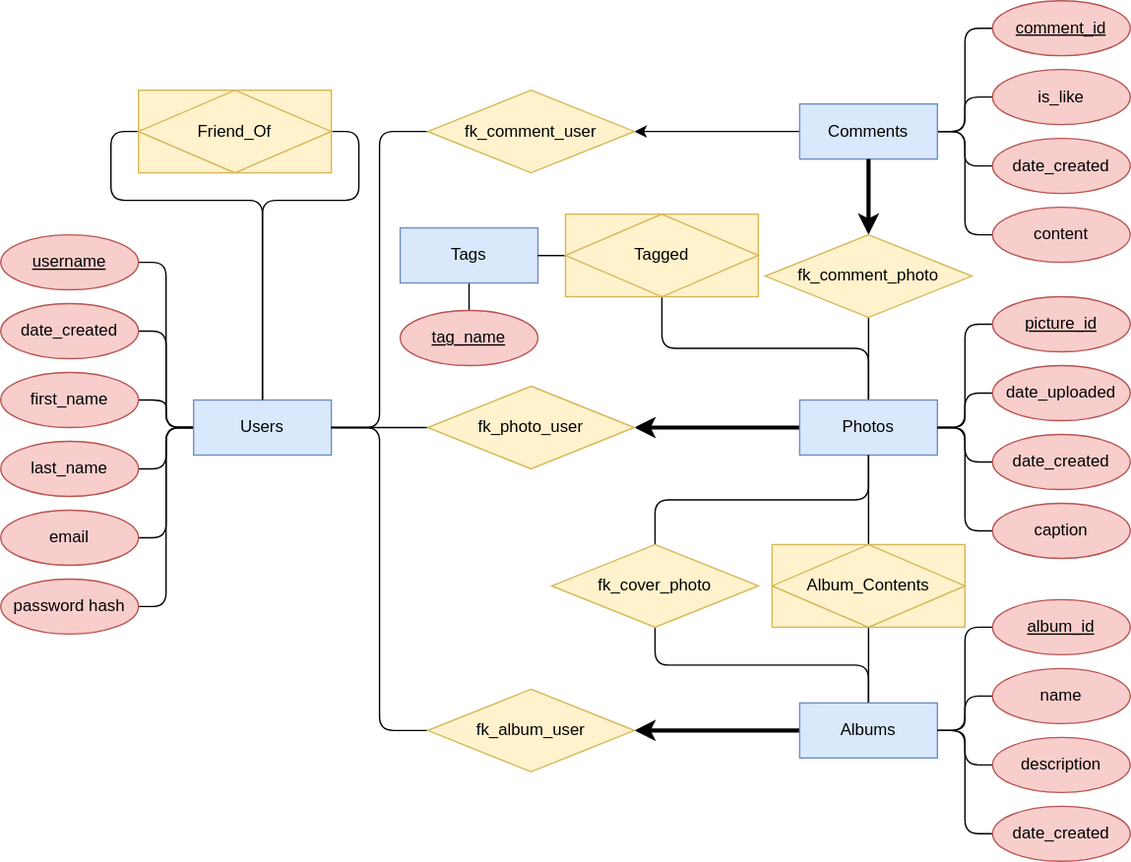
This is resources/ER.svg from eamonniknafs/photo-sharing-app, a draw.io export, as it was before one commit. Source tidied: cells renumbered, new cells last; positions are measured from the earlier drawing's top-left corner, leaving out a move shared by most shapes.
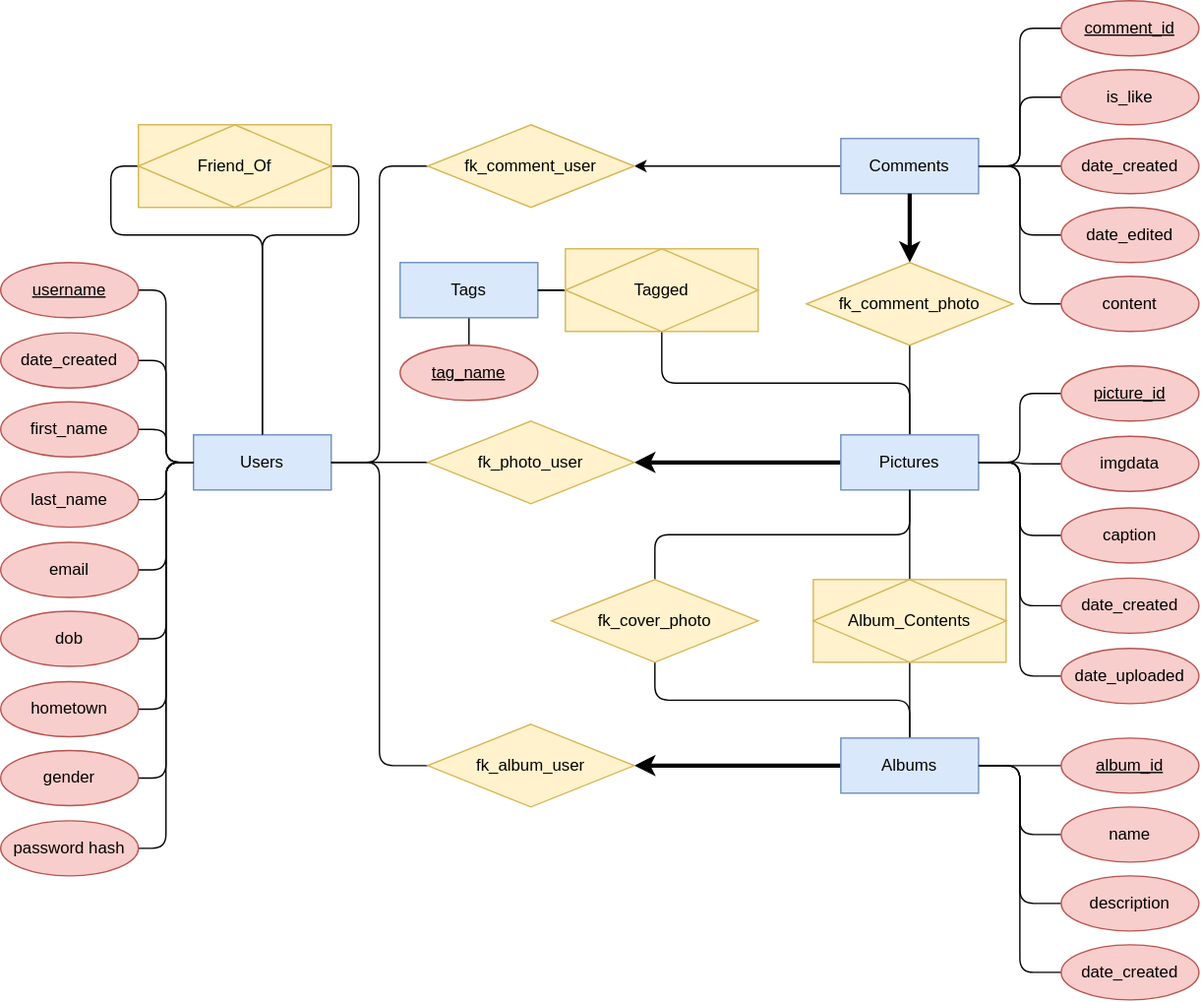
After the change.

Commit message:
Update ER to include more attributes

Diff of the diagram source:
```diff
@@ -41,15 +41,12 @@
     <mxCell id="12" style="edgeStyle=orthogonalEdgeStyle;shape=connector;rounded=1;jettySize=auto;html=1;exitX=0.5;exitY=0;exitDx=0;exitDy=0;labelBackgroundColor=default;fontFamily=Helvetica;fontSize=12;fontColor=default;endArrow=none;endFill=0;strokeColor=default;strokeWidth=1;" parent="1" edge="1" source="13" target="67">
       <mxGeometry relative="1" as="geometry" />
     </mxCell>
-    <mxCell id="13" value="Photos" style="whiteSpace=wrap;html=1;align=center;fillColor=#dae8fc;strokeColor=#6c8ebf;" parent="1" vertex="1">
-      <mxGeometry x="580" y="290" width="100" height="40" as="geometry" />
+    <mxCell id="13" value="Pictures" style="whiteSpace=wrap;html=1;align=center;fillColor=#dae8fc;strokeColor=#6c8ebf;" parent="1" vertex="1">
+      <mxGeometry x="610" y="290" width="100" height="40" as="geometry" />
     </mxCell>
     <mxCell id="14" style="edgeStyle=orthogonalEdgeStyle;shape=connector;rounded=1;jettySize=auto;html=1;exitX=1;exitY=0.5;exitDx=0;exitDy=0;entryX=0;entryY=0.5;entryDx=0;entryDy=0;labelBackgroundColor=default;fontFamily=Helvetica;fontSize=12;fontColor=default;endArrow=none;endFill=0;strokeColor=default;" parent="1" edge="1" source="19" target="42">
       <mxGeometry relative="1" as="geometry" />
     </mxCell>
-    <mxCell id="15" style="edgeStyle=orthogonalEdgeStyle;shape=connector;rounded=1;jettySize=auto;html=1;exitX=1;exitY=0.5;exitDx=0;exitDy=0;labelBackgroundColor=default;fontFamily=Helvetica;fontSize=12;fontColor=default;endArrow=none;endFill=0;strokeColor=default;" parent="1" edge="1" source="19" target="44">
-      <mxGeometry relative="1" as="geometry" />
-    </mxCell>
     <mxCell id="16" style="edgeStyle=orthogonalEdgeStyle;shape=connector;rounded=1;jettySize=auto;html=1;exitX=1;exitY=0.5;exitDx=0;exitDy=0;entryX=0;entryY=0.5;entryDx=0;entryDy=0;labelBackgroundColor=default;fontFamily=Helvetica;fontSize=12;fontColor=default;endArrow=none;endFill=0;strokeColor=default;" parent="1" edge="1" source="19" target="43">
       <mxGeometry relative="1" as="geometry" />
     </mxCell>
@@ -60,7 +57,7 @@
       <mxGeometry relative="1" as="geometry" />
     </mxCell>
     <mxCell id="19" value="Comments" style="whiteSpace=wrap;html=1;align=center;fillColor=#dae8fc;strokeColor=#6c8ebf;" parent="1" vertex="1">
-      <mxGeometry x="580" y="75" width="100" height="40" as="geometry" />
+      <mxGeometry x="610" y="75" width="100" height="40" as="geometry" />
     </mxCell>
     <mxCell id="20" style="edgeStyle=orthogonalEdgeStyle;shape=connector;rounded=1;jettySize=auto;html=1;exitX=1;exitY=0.5;exitDx=0;exitDy=0;entryX=0;entryY=0.5;entryDx=0;entryDy=0;labelBackgroundColor=default;fontFamily=Helvetica;fontSize=12;fontColor=default;endArrow=none;endFill=0;strokeColor=default;" parent="1" edge="1" source="25" target="46">
       <mxGeometry relative="1" as="geometry" />
@@ -78,7 +75,7 @@
       <mxGeometry relative="1" as="geometry" />
     </mxCell>
     <mxCell id="25" value="Albums" style="whiteSpace=wrap;html=1;align=center;fillColor=#dae8fc;strokeColor=#6c8ebf;" parent="1" vertex="1">
-      <mxGeometry x="580" y="510" width="100" height="40" as="geometry" />
+      <mxGeometry x="610" y="510" width="100" height="40" as="geometry" />
     </mxCell>
     <mxCell id="26" style="edgeStyle=orthogonalEdgeStyle;shape=connector;rounded=1;jettySize=auto;html=1;labelBackgroundColor=default;fontFamily=Helvetica;fontSize=12;fontColor=default;endArrow=none;endFill=0;strokeColor=default;" parent="1" edge="1" source="27" target="52">
       <mxGeometry relative="1" as="geometry" />
@@ -87,76 +84,79 @@
       <mxGeometry x="290" y="165" width="100" height="40" as="geometry" />
     </mxCell>
     <mxCell id="28" value="username" style="ellipse;whiteSpace=wrap;html=1;align=center;fontStyle=4;fontFamily=Helvetica;fontSize=12;strokeColor=#b85450;fillColor=#f8cecc;" parent="1" vertex="1">
-      <mxGeometry y="170" width="100" height="40" as="geometry" />
+      <mxGeometry y="165" width="100" height="40" as="geometry" />
     </mxCell>
     <mxCell id="29" value="date_created" style="ellipse;whiteSpace=wrap;html=1;align=center;fontFamily=Helvetica;fontSize=12;fontColor=default;strokeColor=#b85450;fillColor=#f8cecc;" parent="1" vertex="1">
-      <mxGeometry y="220" width="100" height="40" as="geometry" />
+      <mxGeometry y="216" width="100" height="40" as="geometry" />
     </mxCell>
     <mxCell id="30" value="first_name&lt;span style=&quot;color: rgba(0 , 0 , 0 , 0) ; font-family: monospace ; font-size: 0px&quot;&gt;%3CmxGraphModel%3E%3Croot%3E%3CmxCell%20id%3D%220%22%2F%3E%3CmxCell%20id%3D%221%22%20parent%3D%220%22%2F%3E%3CmxCell%20id%3D%222%22%20value%3D%22date_created%22%20style%3D%22ellipse%3BwhiteSpace%3Dwrap%3Bhtml%3D1%3Balign%3Dcenter%3BfontFamily%3DHelvetica%3BfontSize%3D12%3BfontColor%3Ddefault%3BstrokeColor%3D%23b85450%3BfillColor%3D%23f8cecc%3B%22%20vertex%3D%221%22%20parent%3D%221%22%3E%3CmxGeometry%20x%3D%2220%22%20y%3D%2280%22%20width%3D%22100%22%20height%3D%2240%22%20as%3D%22geometry%22%2F%3E%3C%2FmxCell%3E%3C%2Froot%3E%3C%2FmxGraphModel%3E&lt;/span&gt;" style="ellipse;whiteSpace=wrap;html=1;align=center;fontFamily=Helvetica;fontSize=12;fontColor=default;strokeColor=#b85450;fillColor=#f8cecc;" parent="1" vertex="1">
-      <mxGeometry y="270" width="100" height="40" as="geometry" />
+      <mxGeometry y="266" width="100" height="40" as="geometry" />
     </mxCell>
     <mxCell id="31" value="last_name" style="ellipse;whiteSpace=wrap;html=1;align=center;fontFamily=Helvetica;fontSize=12;fontColor=default;strokeColor=#b85450;fillColor=#f8cecc;" parent="1" vertex="1">
-      <mxGeometry y="320" width="100" height="40" as="geometry" />
+      <mxGeometry y="317" width="100" height="40" as="geometry" />
     </mxCell>
     <mxCell id="32" value="email" style="ellipse;whiteSpace=wrap;html=1;align=center;fontFamily=Helvetica;fontSize=12;fontColor=default;strokeColor=#b85450;fillColor=#f8cecc;" parent="1" vertex="1">
-      <mxGeometry y="370" width="100" height="40" as="geometry" />
+      <mxGeometry y="368" width="100" height="40" as="geometry" />
     </mxCell>
     <mxCell id="33" value="password hash" style="ellipse;whiteSpace=wrap;html=1;align=center;fontFamily=Helvetica;fontSize=12;fontColor=default;strokeColor=#b85450;fillColor=#f8cecc;" parent="1" vertex="1">
-      <mxGeometry y="420" width="100" height="40" as="geometry" />
+      <mxGeometry y="570" width="100" height="40" as="geometry" />
     </mxCell>
     <mxCell id="34" style="edgeStyle=orthogonalEdgeStyle;shape=connector;rounded=1;jettySize=auto;html=1;exitX=0;exitY=0.5;exitDx=0;exitDy=0;entryX=1;entryY=0.5;entryDx=0;entryDy=0;labelBackgroundColor=default;fontFamily=Helvetica;fontSize=12;fontColor=default;endArrow=none;endFill=0;strokeColor=default;" parent="1" edge="1" source="35" target="13">
       <mxGeometry relative="1" as="geometry" />
     </mxCell>
     <mxCell id="35" value="picture_id" style="ellipse;whiteSpace=wrap;html=1;align=center;fontStyle=4;fontFamily=Helvetica;fontSize=12;strokeColor=#b85450;fillColor=#f8cecc;" parent="1" vertex="1">
-      <mxGeometry x="720" y="215" width="100" height="40" as="geometry" />
+      <mxGeometry x="770" y="240" width="100" height="40" as="geometry" />
     </mxCell>
-    <mxCell id="36" style="edgeStyle=orthogonalEdgeStyle;shape=connector;rounded=1;jettySize=auto;html=1;labelBackgroundColor=default;fontFamily=Helvetica;fontSize=12;fontColor=default;endArrow=none;endFill=0;strokeColor=default;" parent="1" edge="1" source="37" target="13">
+    <mxCell id="36" style="edgeStyle=orthogonalEdgeStyle;shape=connector;rounded=1;jettySize=auto;html=1;exitX=0;exitY=0.5;exitDx=0;exitDy=0;entryX=1;entryY=0.5;entryDx=0;entryDy=0;labelBackgroundColor=default;fontFamily=Helvetica;fontSize=11;fontColor=default;endArrow=none;endFill=0;strokeColor=default;" parent="1" edge="1" source="37" target="13">
       <mxGeometry relative="1" as="geometry" />
     </mxCell>
     <mxCell id="37" value="date_created" style="ellipse;whiteSpace=wrap;html=1;align=center;fontFamily=Helvetica;fontSize=12;fontColor=default;strokeColor=#b85450;fillColor=#f8cecc;" parent="1" vertex="1">
-      <mxGeometry x="720" y="315" width="100" height="40" as="geometry" />
+      <mxGeometry x="770" y="394" width="100" height="40" as="geometry" />
     </mxCell>
-    <mxCell id="38" style="edgeStyle=orthogonalEdgeStyle;shape=connector;rounded=1;jettySize=auto;html=1;labelBackgroundColor=default;fontFamily=Helvetica;fontSize=12;fontColor=default;endArrow=none;endFill=0;strokeColor=default;" parent="1" edge="1" source="39" target="13">
+    <mxCell id="38" style="edgeStyle=orthogonalEdgeStyle;shape=connector;rounded=1;jettySize=auto;html=1;exitX=0;exitY=0.5;exitDx=0;exitDy=0;entryX=1;entryY=0.5;entryDx=0;entryDy=0;labelBackgroundColor=default;fontFamily=Helvetica;fontSize=11;fontColor=default;endArrow=none;endFill=0;strokeColor=default;" parent="1" edge="1" source="39" target="13">
       <mxGeometry relative="1" as="geometry" />
     </mxCell>
     <mxCell id="39" value="date_uploaded" style="ellipse;whiteSpace=wrap;html=1;align=center;fontFamily=Helvetica;fontSize=12;fontColor=default;strokeColor=#b85450;fillColor=#f8cecc;" parent="1" vertex="1">
-      <mxGeometry x="720" y="265" width="100" height="40" as="geometry" />
+      <mxGeometry x="770" y="445" width="100" height="40" as="geometry" />
     </mxCell>
     <mxCell id="40" style="edgeStyle=orthogonalEdgeStyle;shape=connector;rounded=1;jettySize=auto;html=1;exitX=0;exitY=0.5;exitDx=0;exitDy=0;entryX=1;entryY=0.5;entryDx=0;entryDy=0;labelBackgroundColor=default;fontFamily=Helvetica;fontSize=12;fontColor=default;endArrow=none;endFill=0;strokeColor=default;" parent="1" edge="1" source="41" target="13">
       <mxGeometry relative="1" as="geometry" />
     </mxCell>
     <mxCell id="41" value="caption" style="ellipse;whiteSpace=wrap;html=1;align=center;fontFamily=Helvetica;fontSize=12;fontColor=default;strokeColor=#b85450;fillColor=#f8cecc;" parent="1" vertex="1">
-      <mxGeometry x="720" y="365" width="100" height="40" as="geometry" />
+      <mxGeometry x="770" y="343" width="100" height="40" as="geometry" />
     </mxCell>
     <mxCell id="42" value="comment_id" style="ellipse;whiteSpace=wrap;html=1;align=center;fontStyle=4;fontFamily=Helvetica;fontSize=12;strokeColor=#b85450;fillColor=#f8cecc;" parent="1" vertex="1">
-      <mxGeometry x="720" width="100" height="40" as="geometry" />
+      <mxGeometry x="770" y="-25" width="100" height="40" as="geometry" />
     </mxCell>
     <mxCell id="43" value="date_created" style="ellipse;whiteSpace=wrap;html=1;align=center;fontFamily=Helvetica;fontSize=12;fontColor=default;strokeColor=#b85450;fillColor=#f8cecc;" parent="1" vertex="1">
-      <mxGeometry x="720" y="100" width="100" height="40" as="geometry" />
+      <mxGeometry x="770" y="75" width="100" height="40" as="geometry" />
     </mxCell>
+    <mxCell id="70" style="edgeStyle=orthogonalEdgeStyle;shape=connector;rounded=1;jettySize=auto;html=1;exitX=0;exitY=0.5;exitDx=0;exitDy=0;entryX=1;entryY=0.5;entryDx=0;entryDy=0;labelBackgroundColor=default;fontFamily=Helvetica;fontSize=11;fontColor=default;endArrow=none;endFill=0;strokeColor=default;" parent="1" edge="1" source="44" target="19">
+      <mxGeometry relative="1" as="geometry" />
+    </mxCell>
     <mxCell id="44" value="is_like" style="ellipse;whiteSpace=wrap;html=1;align=center;fontFamily=Helvetica;fontSize=12;fontColor=default;strokeColor=#b85450;fillColor=#f8cecc;" parent="1" vertex="1">
-      <mxGeometry x="720" y="50" width="100" height="40" as="geometry" />
+      <mxGeometry x="770" y="25" width="100" height="40" as="geometry" />
     </mxCell>
     <mxCell id="45" value="content" style="ellipse;whiteSpace=wrap;html=1;align=center;fontFamily=Helvetica;fontSize=12;fontColor=default;strokeColor=#b85450;fillColor=#f8cecc;" parent="1" vertex="1">
-      <mxGeometry x="720" y="150" width="100" height="40" as="geometry" />
+      <mxGeometry x="770" y="175" width="100" height="40" as="geometry" />
     </mxCell>
     <mxCell id="46" value="album_id" style="ellipse;whiteSpace=wrap;html=1;align=center;fontStyle=4;fontFamily=Helvetica;fontSize=12;strokeColor=#b85450;fillColor=#f8cecc;" parent="1" vertex="1">
-      <mxGeometry x="720" y="435" width="100" height="40" as="geometry" />
+      <mxGeometry x="770" y="510" width="100" height="40" as="geometry" />
     </mxCell>
     <mxCell id="47" style="edgeStyle=orthogonalEdgeStyle;shape=connector;rounded=1;jettySize=auto;html=1;exitX=0;exitY=0.5;exitDx=0;exitDy=0;entryX=1;entryY=0.5;entryDx=0;entryDy=0;labelBackgroundColor=default;fontFamily=Helvetica;fontSize=12;fontColor=default;endArrow=none;endFill=0;strokeColor=default;" parent="1" edge="1" source="48" target="25">
       <mxGeometry relative="1" as="geometry" />
     </mxCell>
     <mxCell id="48" value="description" style="ellipse;whiteSpace=wrap;html=1;align=center;fontFamily=Helvetica;fontSize=12;fontColor=default;strokeColor=#b85450;fillColor=#f8cecc;" parent="1" vertex="1">
-      <mxGeometry x="720" y="535" width="100" height="40" as="geometry" />
+      <mxGeometry x="770" y="610" width="100" height="40" as="geometry" />
     </mxCell>
     <mxCell id="49" style="edgeStyle=orthogonalEdgeStyle;shape=connector;rounded=1;jettySize=auto;html=1;exitX=0;exitY=0.5;exitDx=0;exitDy=0;entryX=1;entryY=0.5;entryDx=0;entryDy=0;labelBackgroundColor=default;fontFamily=Helvetica;fontSize=12;fontColor=default;endArrow=none;endFill=0;strokeColor=default;" parent="1" edge="1" source="50" target="25">
       <mxGeometry relative="1" as="geometry" />
     </mxCell>
     <mxCell id="50" value="name" style="ellipse;whiteSpace=wrap;html=1;align=center;fontFamily=Helvetica;fontSize=12;fontColor=default;strokeColor=#b85450;fillColor=#f8cecc;" parent="1" vertex="1">
-      <mxGeometry x="720" y="485" width="100" height="40" as="geometry" />
+      <mxGeometry x="770" y="560" width="100" height="40" as="geometry" />
     </mxCell>
     <mxCell id="51" value="date_created" style="ellipse;whiteSpace=wrap;html=1;align=center;fontFamily=Helvetica;fontSize=12;fontColor=default;strokeColor=#b85450;fillColor=#f8cecc;" parent="1" vertex="1">
-      <mxGeometry x="720" y="585" width="100" height="40" as="geometry" />
+      <mxGeometry x="770" y="660" width="100" height="40" as="geometry" />
     </mxCell>
     <mxCell id="52" value="tag_name" style="ellipse;whiteSpace=wrap;html=1;align=center;fontStyle=4;fontFamily=Helvetica;fontSize=12;strokeColor=#b85450;fillColor=#f8cecc;" parent="1" vertex="1">
       <mxGeometry x="290" y="225" width="100" height="40" as="geometry" />
@@ -187,7 +187,7 @@
       <mxGeometry relative="1" as="geometry" />
     </mxCell>
     <mxCell id="59" value="Album_Contents" style="shape=associativeEntity;whiteSpace=wrap;html=1;align=center;fontFamily=Helvetica;fontSize=12;strokeColor=#d6b656;fillColor=#fff2cc;" parent="1" vertex="1">
-      <mxGeometry x="560" y="395" width="140" height="60" as="geometry" />
+      <mxGeometry x="590" y="395" width="140" height="60" as="geometry" />
     </mxCell>
     <mxCell id="60" style="edgeStyle=orthogonalEdgeStyle;shape=connector;rounded=1;jettySize=auto;html=1;exitX=0;exitY=0.5;exitDx=0;exitDy=0;entryX=1;entryY=0.5;entryDx=0;entryDy=0;labelBackgroundColor=default;fontFamily=Helvetica;fontSize=12;fontColor=default;endArrow=none;endFill=0;strokeColor=default;" parent="1" edge="1" source="61" target="9">
       <mxGeometry relative="1" as="geometry" />
@@ -211,7 +211,7 @@
       <mxGeometry relative="1" as="geometry" />
     </mxCell>
     <mxCell id="67" value="fk_comment_photo" style="shape=rhombus;perimeter=rhombusPerimeter;whiteSpace=wrap;html=1;align=center;fontFamily=Helvetica;fontSize=12;strokeColor=#d6b656;fillColor=#fff2cc;" parent="1" vertex="1">
-      <mxGeometry x="555" y="170" width="150" height="60" as="geometry" />
+      <mxGeometry x="585" y="165" width="150" height="60" as="geometry" />
     </mxCell>
     <mxCell id="68" style="edgeStyle=orthogonalEdgeStyle;shape=connector;rounded=1;jettySize=auto;html=1;exitX=0.5;exitY=0;exitDx=0;exitDy=0;entryX=0.5;entryY=1;entryDx=0;entryDy=0;labelBackgroundColor=default;fontFamily=Helvetica;fontSize=12;fontColor=default;startArrow=none;startFill=0;endArrow=none;endFill=0;strokeColor=default;strokeWidth=1;" parent="1" edge="1" source="69" target="13">
       <mxGeometry relative="1" as="geometry" />
@@ -219,5 +219,35 @@
     <mxCell id="69" value="fk_cover_photo" style="shape=rhombus;perimeter=rhombusPerimeter;whiteSpace=wrap;html=1;align=center;fontFamily=Helvetica;fontSize=12;strokeColor=#d6b656;fillColor=#fff2cc;" parent="1" vertex="1">
       <mxGeometry x="400" y="395" width="150" height="60" as="geometry" />
     </mxCell>
+    <mxCell id="71" style="edgeStyle=orthogonalEdgeStyle;shape=connector;rounded=1;jettySize=auto;html=1;exitX=0;exitY=0.5;exitDx=0;exitDy=0;entryX=1;entryY=0.5;entryDx=0;entryDy=0;labelBackgroundColor=default;fontFamily=Helvetica;fontSize=11;fontColor=default;endArrow=none;endFill=0;strokeColor=default;" parent="1" edge="1" source="72" target="13">
+      <mxGeometry relative="1" as="geometry" />
+    </mxCell>
+    <mxCell id="72" value="imgdata" style="ellipse;whiteSpace=wrap;html=1;align=center;fontFamily=Helvetica;fontSize=12;fontColor=default;strokeColor=#b85450;fillColor=#f8cecc;" parent="1" vertex="1">
+      <mxGeometry x="770" y="291" width="100" height="40" as="geometry" />
+    </mxCell>
+    <mxCell id="73" style="edgeStyle=orthogonalEdgeStyle;shape=connector;rounded=1;jettySize=auto;html=1;exitX=0;exitY=0.5;exitDx=0;exitDy=0;entryX=1;entryY=0.5;entryDx=0;entryDy=0;labelBackgroundColor=default;fontFamily=Helvetica;fontSize=11;fontColor=default;endArrow=none;endFill=0;strokeColor=default;" parent="1" edge="1" source="74" target="19">
+      <mxGeometry relative="1" as="geometry" />
+    </mxCell>
+    <mxCell id="74" value="date_edited" style="ellipse;whiteSpace=wrap;html=1;align=center;fontFamily=Helvetica;fontSize=12;fontColor=default;strokeColor=#b85450;fillColor=#f8cecc;" parent="1" vertex="1">
+      <mxGeometry x="770" y="125" width="100" height="40" as="geometry" />
+    </mxCell>
+    <mxCell id="75" style="edgeStyle=orthogonalEdgeStyle;rounded=1;jettySize=auto;html=1;exitX=1;exitY=0.5;exitDx=0;exitDy=0;entryX=0;entryY=0.5;entryDx=0;entryDy=0;endArrow=none;endFill=0;" parent="1" edge="1" source="76" target="9">
+      <mxGeometry relative="1" as="geometry" />
+    </mxCell>
+    <mxCell id="76" value="dob" style="ellipse;whiteSpace=wrap;html=1;align=center;fontFamily=Helvetica;fontSize=12;fontColor=default;strokeColor=#b85450;fillColor=#f8cecc;" parent="1" vertex="1">
+      <mxGeometry y="418" width="100" height="40" as="geometry" />
+    </mxCell>
+    <mxCell id="77" style="edgeStyle=orthogonalEdgeStyle;shape=connector;rounded=1;jettySize=auto;html=1;exitX=1;exitY=0.5;exitDx=0;exitDy=0;entryX=0;entryY=0.5;entryDx=0;entryDy=0;labelBackgroundColor=default;fontFamily=Helvetica;fontSize=11;fontColor=default;endArrow=none;endFill=0;strokeColor=default;" parent="1" edge="1" source="78" target="9">
+      <mxGeometry relative="1" as="geometry" />
+    </mxCell>
+    <mxCell id="78" value="hometown" style="ellipse;whiteSpace=wrap;html=1;align=center;fontFamily=Helvetica;fontSize=12;fontColor=default;strokeColor=#b85450;fillColor=#f8cecc;" parent="1" vertex="1">
+      <mxGeometry y="469" width="100" height="40" as="geometry" />
+    </mxCell>
+    <mxCell id="79" style="edgeStyle=orthogonalEdgeStyle;shape=connector;rounded=1;jettySize=auto;html=1;exitX=1;exitY=0.5;exitDx=0;exitDy=0;entryX=0;entryY=0.5;entryDx=0;entryDy=0;labelBackgroundColor=default;fontFamily=Helvetica;fontSize=11;fontColor=default;endArrow=none;endFill=0;strokeColor=default;" parent="1" edge="1" source="80" target="9">
+      <mxGeometry relative="1" as="geometry" />
+    </mxCell>
+    <mxCell id="80" value="gender" style="ellipse;whiteSpace=wrap;html=1;align=center;fontFamily=Helvetica;fontSize=12;fontColor=default;strokeColor=#b85450;fillColor=#f8cecc;" parent="1" vertex="1">
+      <mxGeometry y="519" width="100" height="40" as="geometry" />
+    </mxCell>
   </root>
 </mxGraphModel>
```
